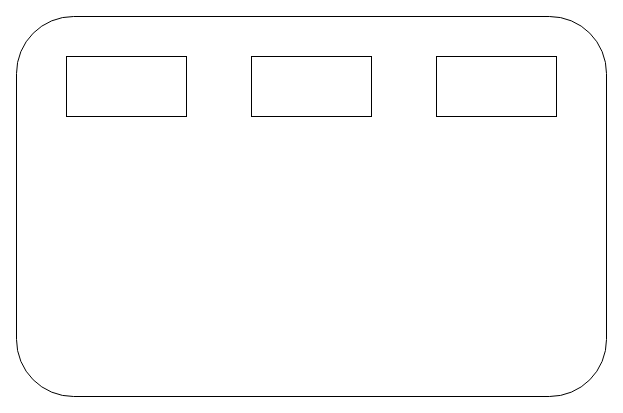
Earlier version of the draw.io diagram container_vpn.drawio (foreignbill/drawio). Source tidied: cells renumbered, new cells numbered last; positions are measured from the earlier drawing's top-left corner, leaving out a move shared by most shapes. Both pictures are drawn from the tidied source at 100%, with x=0, y=0 at pixel (16, 16).
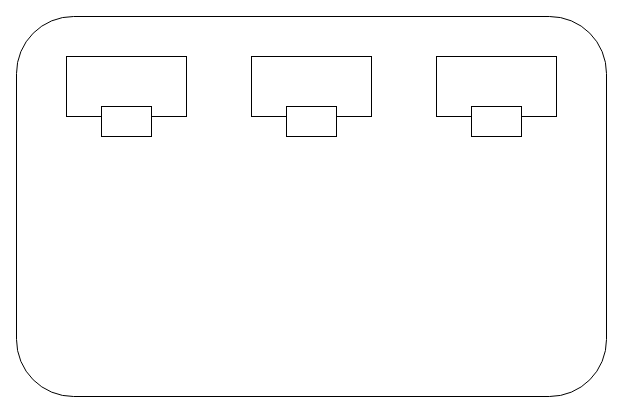
The same page after the edit.

The edit, as a diff of the source:
```diff
@@
 <mxGraphModel>
   <root>
     <mxCell id="0" />
     <mxCell id="1" parent="0" />
     <mxCell id="2" style="rounded=1;whiteSpace=wrap;html=1;" parent="1" vertex="1">
       <mxGeometry width="590" height="380" as="geometry" />
     </mxCell>
     <mxCell id="3" style="rounded=0;whiteSpace=wrap;html=1;" parent="1" vertex="1">
       <mxGeometry x="50" y="40" width="120" height="60" as="geometry" />
     </mxCell>
     <mxCell id="4" style="rounded=0;whiteSpace=wrap;html=1;" parent="1" vertex="1">
       <mxGeometry x="235" y="40" width="120" height="60" as="geometry" />
     </mxCell>
     <mxCell id="5" style="rounded=0;whiteSpace=wrap;html=1;" parent="1" vertex="1">
       <mxGeometry x="420" y="40" width="120" height="60" as="geometry" />
     </mxCell>
+    <mxCell id="6" style="rounded=0;whiteSpace=wrap;html=1;" parent="1" vertex="1">
+      <mxGeometry x="85" y="90" width="50" height="30" as="geometry" />
+    </mxCell>
+    <mxCell id="7" style="rounded=0;whiteSpace=wrap;html=1;" parent="1" vertex="1">
+      <mxGeometry x="270" y="90" width="50" height="30" as="geometry" />
+    </mxCell>
+    <mxCell id="8" style="rounded=0;whiteSpace=wrap;html=1;" parent="1" vertex="1">
+      <mxGeometry x="455" y="90" width="50" height="30" as="geometry" />
+    </mxCell>
   </root>
 </mxGraphModel>
```
